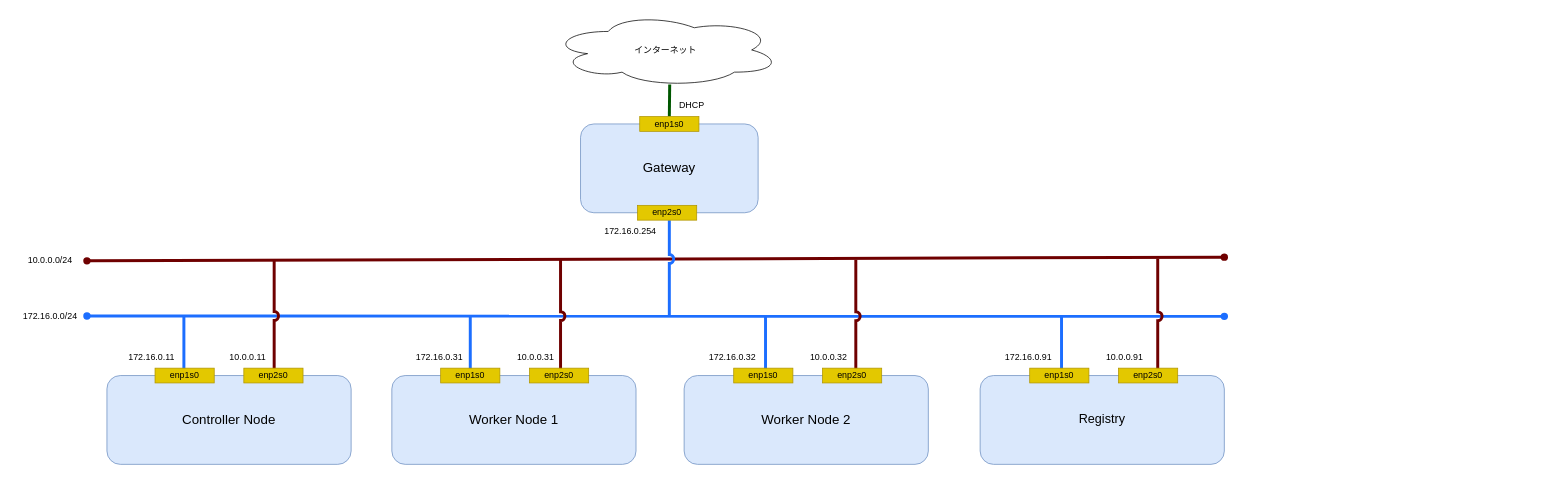
9506hqwy/k8s_study_notes keeps this draw.io diagram as _static/image/network_diagram.drawio. Above is the earlier version. Source tidied: cells renumbered, new cells numbered last; positions are measured from the earlier drawing's top-left corner, leaving out a move shared by most shapes. Both pictures are drawn from the tidied source at 74%, with x=0, y=0 at pixel (13, 13).
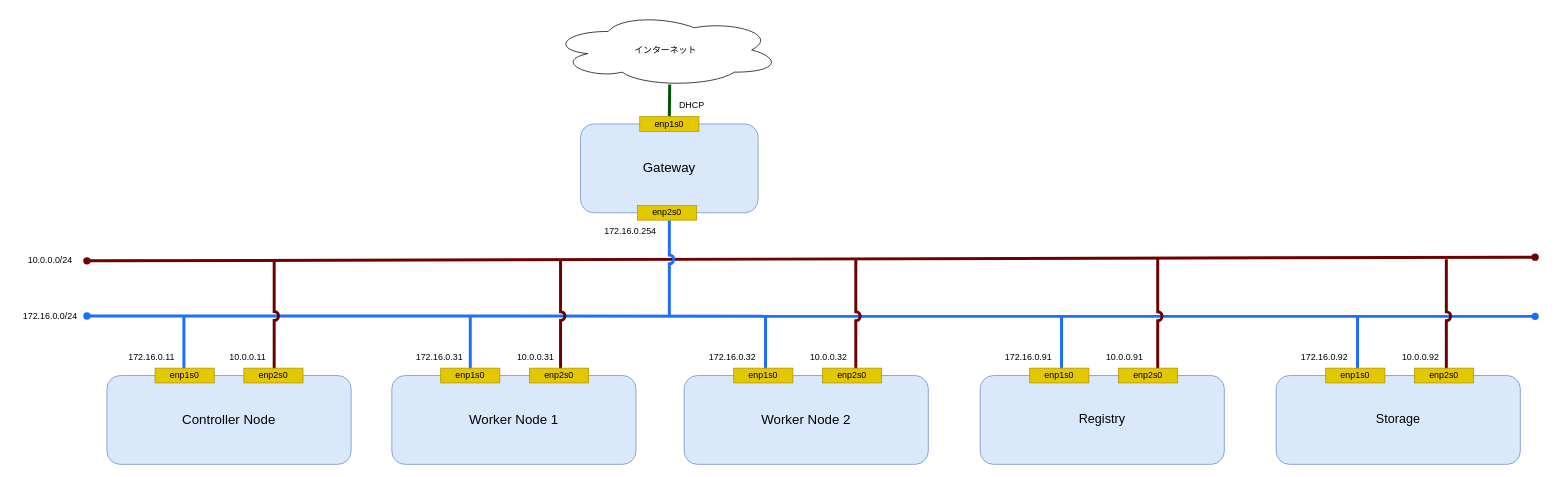
Above is the later version.

What changed in the source:
```diff
@@
     <mxCell id="2" style="endArrow=oval;html=1;rounded=0;startArrow=oval;startFill=1;endFill=1;strokeWidth=4;fillColor=#a20025;strokeColor=#1C6EFF;" parent="1" edge="1">
       <mxGeometry relative="1" as="geometry">
         <mxPoint x="100" y="409.5" as="sourcePoint" />
-        <mxPoint x="1637" y="410" as="targetPoint" />
+        <mxPoint x="2057" y="410" as="targetPoint" />
       </mxGeometry>
     </mxCell>
     <mxCell id="3" style="endArrow=oval;html=1;rounded=0;startArrow=oval;startFill=1;endFill=1;strokeWidth=4;fillColor=#a20025;strokeColor=#6F0000;" parent="1" edge="1">
       <mxGeometry relative="1" as="geometry">
         <mxPoint x="100" y="335" as="sourcePoint" />
-        <mxPoint x="1637" y="330" as="targetPoint" />
+        <mxPoint x="2057" y="330" as="targetPoint" />
       </mxGeometry>
     </mxCell>
@@
+    <mxCell id="43" style="endArrow=none;html=1;rounded=0;startArrow=none;startFill=0;endFill=0;strokeWidth=4;fillColor=#a20025;strokeColor=#6F0000;jumpStyle=arc;" parent="1" edge="1">
+      <mxGeometry relative="1" as="geometry">
+        <mxPoint x="1937" y="333" as="sourcePoint" />
+        <mxPoint x="1937" y="487" as="targetPoint" />
+      </mxGeometry>
+    </mxCell>
+    <mxCell id="44" style="endArrow=none;html=1;rounded=0;startArrow=none;startFill=0;endFill=0;strokeWidth=4;fillColor=#a20025;strokeColor=#1C6EFF;jumpStyle=arc;" parent="1" edge="1">
+      <mxGeometry relative="1" as="geometry">
+        <mxPoint x="1817" y="410" as="sourcePoint" />
+        <mxPoint x="1817" y="490" as="targetPoint" />
+      </mxGeometry>
+    </mxCell>
@@
+    <mxCell id="45" value="&lt;div&gt;&lt;font style=&quot;font-size: 17px;&quot;&gt;Storage&lt;/font&gt;&lt;/div&gt;" style="rounded=1;whiteSpace=wrap;html=1;fillColor=#dae8fc;strokeColor=#6c8ebf;" parent="17" vertex="1">
+      <mxGeometry x="1707" y="490" width="330" height="120" as="geometry" />
+    </mxCell>
+    <mxCell id="46" value="enp2s0" style="rounded=0;whiteSpace=wrap;html=1;fillColor=#e3c800;fontColor=#000000;strokeColor=#B09500;" parent="17" vertex="1">
+      <mxGeometry x="1894" y="480" width="80" height="20" as="geometry" />
+    </mxCell>
+    <mxCell id="47" value="enp1s0" style="rounded=0;whiteSpace=wrap;html=1;fillColor=#e3c800;fontColor=#000000;strokeColor=#B09500;" parent="17" vertex="1">
+      <mxGeometry x="1774" y="480" width="80" height="20" as="geometry" />
+    </mxCell>
+    <mxCell id="48" value="10.0.0.92" style="text;html=1;align=center;verticalAlign=middle;strokeColor=none;fillColor=none;" parent="17" vertex="1">
+      <mxGeometry x="1867" y="450" width="70" height="30" as="geometry" />
+    </mxCell>
+    <mxCell id="49" value="172.16.0.92" style="text;html=1;align=center;verticalAlign=middle;strokeColor=none;fillColor=none;" parent="17" vertex="1">
+      <mxGeometry x="1727" y="450" width="90" height="30" as="geometry" />
+    </mxCell>
```
